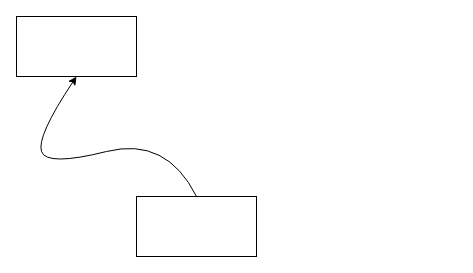
Earlier version of the draw.io diagram architecture_one/corearchitecture.drawio (f5devcentral/f2a). Source tidied: cells renumbered, new cells numbered last; positions are measured from the earlier drawing's top-left corner, leaving out a move shared by most shapes. Both pictures are drawn from the tidied source at 100%, with x=0, y=0 at pixel (16, 16).
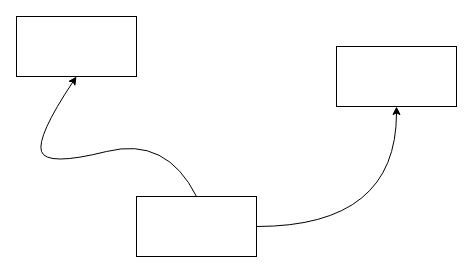
After the change.

Change to the diagram source:
```diff
@@
 <mxGraphModel>
   <root>
     <mxCell id="0" />
     <mxCell id="1" parent="0" />
+    <mxCell id="5" style="edgeStyle=orthogonalEdgeStyle;curved=1;rounded=0;jettySize=auto;html=1;entryX=0.5;entryY=1;entryDx=0;entryDy=0;" parent="1" edge="1" source="2" target="6">
+      <mxGeometry relative="1" as="geometry" />
+    </mxCell>
     <mxCell id="2" style="rounded=0;whiteSpace=wrap;html=1;" parent="1" vertex="1">
       <mxGeometry x="120" y="180" width="120" height="60" as="geometry" />
     </mxCell>
     <mxCell id="3" style="rounded=0;whiteSpace=wrap;html=1;" parent="1" vertex="1">
       <mxGeometry width="120" height="60" as="geometry" />
     </mxCell>
     <mxCell id="4" style="curved=1;endArrow=classic;html=1;entryX=0.5;entryY=1;entryDx=0;entryDy=0;exitX=0.5;exitY=0;exitDx=0;exitDy=0;" parent="1" edge="1" source="2" target="3">
       <mxGeometry relative="1" as="geometry">
         <Array as="points">
           <mxPoint x="150" y="120" />
           <mxPoint x="30" y="150" />
           <mxPoint x="20" y="120" />
         </Array>
       </mxGeometry>
     </mxCell>
+    <mxCell id="6" style="whiteSpace=wrap;html=1;" parent="1" vertex="1">
+      <mxGeometry x="320" y="30" width="120" height="60" as="geometry" />
+    </mxCell>
   </root>
 </mxGraphModel>
```
